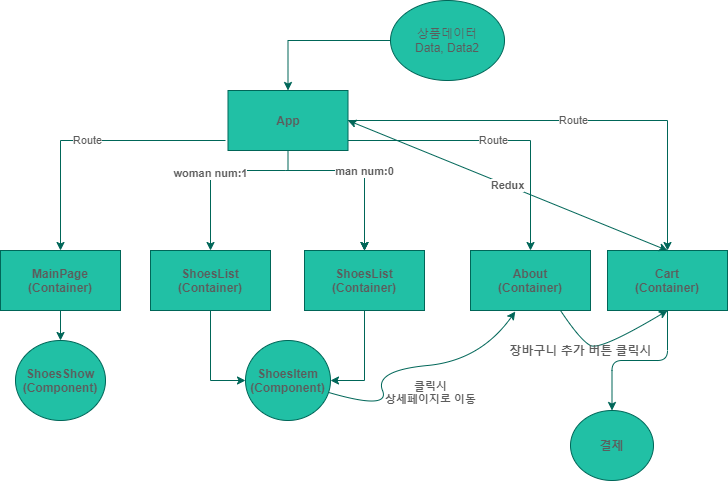
Earlier version of the draw.io export flowchart3.png (MinsoftK/Astronaut-Shop). Source tidied: cells renumbered, new cells last; positions are measured from the earlier drawing's top-left corner, leaving out a move shared by most shapes.
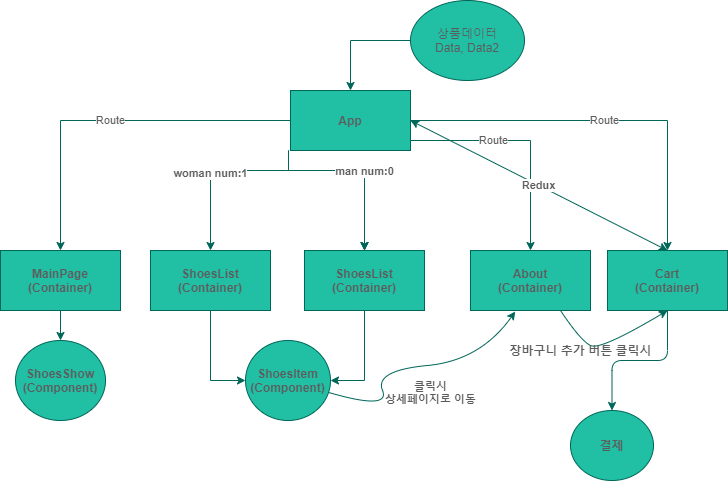
Above is the later version.

What changed in the source:
```diff
@@ -2,10 +2,8 @@
   <root>
     <mxCell id="0" />
     <mxCell id="1" parent="0" />
-    <mxCell id="2" value="Route" style="edgeStyle=orthogonalEdgeStyle;rounded=0;jettySize=auto;html=1;entryX=0.5;entryY=0;entryDx=0;entryDy=0;strokeColor=#006658;fontColor=#5C5C5C;" parent="1" edge="1" target="11">
-      <mxGeometry relative="1" as="geometry">
-        <mxPoint x="225" y="140" as="sourcePoint" />
-      </mxGeometry>
+    <mxCell id="2" value="Route" style="edgeStyle=orthogonalEdgeStyle;rounded=0;jettySize=auto;html=1;entryX=0.5;entryY=0;entryDx=0;entryDy=0;strokeColor=#006658;fontColor=#5C5C5C;exitX=0;exitY=0.5;exitDx=0;exitDy=0;" parent="1" edge="1" source="8" target="11">
+      <mxGeometry relative="1" as="geometry" />
     </mxCell>
     <mxCell id="3" value="woman num:1" style="edgeStyle=orthogonalEdgeStyle;rounded=0;jettySize=auto;html=1;fontStyle=1;strokeColor=#006658;fontColor=#5C5C5C;" parent="1" edge="1" target="12">
       <mxGeometry relative="1" as="geometry">
@@ -22,9 +20,11 @@
         <mxPoint x="285" y="170" as="sourcePoint" />
       </mxGeometry>
     </mxCell>
-    <mxCell id="6" style="edgeStyle=orthogonalEdgeStyle;rounded=0;jettySize=auto;html=1;strokeColor=#006658;fontColor=#5C5C5C;" parent="1" edge="1" source="8" target="16">
+    <mxCell id="6" style="edgeStyle=orthogonalEdgeStyle;rounded=0;jettySize=auto;html=1;strokeColor=#006658;fontColor=#5C5C5C;" parent="1" edge="1" target="16">
       <mxGeometry relative="1" as="geometry">
+        <mxPoint x="288" y="170" as="sourcePoint" />
         <Array as="points">
+          <mxPoint x="288" y="150" />
           <mxPoint x="288" y="170" />
           <mxPoint x="364" y="170" />
         </Array>
@@ -34,7 +34,7 @@
       <mxGeometry relative="1" as="geometry" />
     </mxCell>
     <mxCell id="8" value="&lt;b&gt;App&lt;/b&gt;" style="rounded=0;whiteSpace=wrap;html=1;fillColor=#21C0A5;strokeColor=#006658;fontColor=#5C5C5C;" parent="1" vertex="1">
-      <mxGeometry x="227.5" y="90" width="120" height="60" as="geometry" />
+      <mxGeometry x="290" y="90" width="120" height="60" as="geometry" />
     </mxCell>
     <mxCell id="9" style="edgeStyle=orthogonalEdgeStyle;rounded=0;orthogonalLoop=1;jettySize=auto;html=1;exitX=0.5;exitY=1;exitDx=0;exitDy=0;strokeColor=#006658;fontColor=#5C5C5C;" parent="1" edge="1">
       <mxGeometry relative="1" as="geometry">
@@ -74,11 +74,11 @@
     <mxCell id="19" style="edgeStyle=orthogonalEdgeStyle;rounded=0;jettySize=auto;html=1;exitX=0.5;exitY=1;exitDx=0;exitDy=0;entryX=1;entryY=0.5;entryDx=0;entryDy=0;strokeColor=#006658;fontColor=#5C5C5C;" parent="1" edge="1" source="16" target="14">
       <mxGeometry relative="1" as="geometry" />
     </mxCell>
-    <mxCell id="20" style="edgeStyle=orthogonalEdgeStyle;rounded=0;jettySize=auto;html=1;entryX=0.5;entryY=0;entryDx=0;entryDy=0;strokeColor=#006658;fontColor=#5C5C5C;" parent="1" edge="1" source="21" target="8">
+    <mxCell id="20" style="edgeStyle=orthogonalEdgeStyle;rounded=0;jettySize=auto;html=1;entryX=0.5;entryY=0;entryDx=0;entryDy=0;strokeColor=#006658;fontColor=#5C5C5C;exitX=0;exitY=0.5;exitDx=0;exitDy=0;" parent="1" edge="1" source="21" target="8">
       <mxGeometry relative="1" as="geometry" />
     </mxCell>
     <mxCell id="21" value="상품데이터&lt;br&gt;Data, Data2" style="ellipse;whiteSpace=wrap;html=1;fillColor=#21C0A5;strokeColor=#006658;fontColor=#5C5C5C;" parent="1" vertex="1">
-      <mxGeometry x="390" width="114" height="80" as="geometry" />
+      <mxGeometry x="410" width="114" height="80" as="geometry" />
     </mxCell>
     <mxCell id="22" value="클릭시&lt;br&gt;상세페이지로 이동" style="curved=1;endArrow=classic;html=1;entryX=0.373;entryY=1.017;entryDx=0;entryDy=0;entryPerimeter=0;strokeColor=#006658;fontColor=#5C5C5C;fontStyle=1;" parent="1" edge="1" source="14" target="13">
       <mxGeometry x="0.18" y="-27" relative="1" as="geometry">
```
